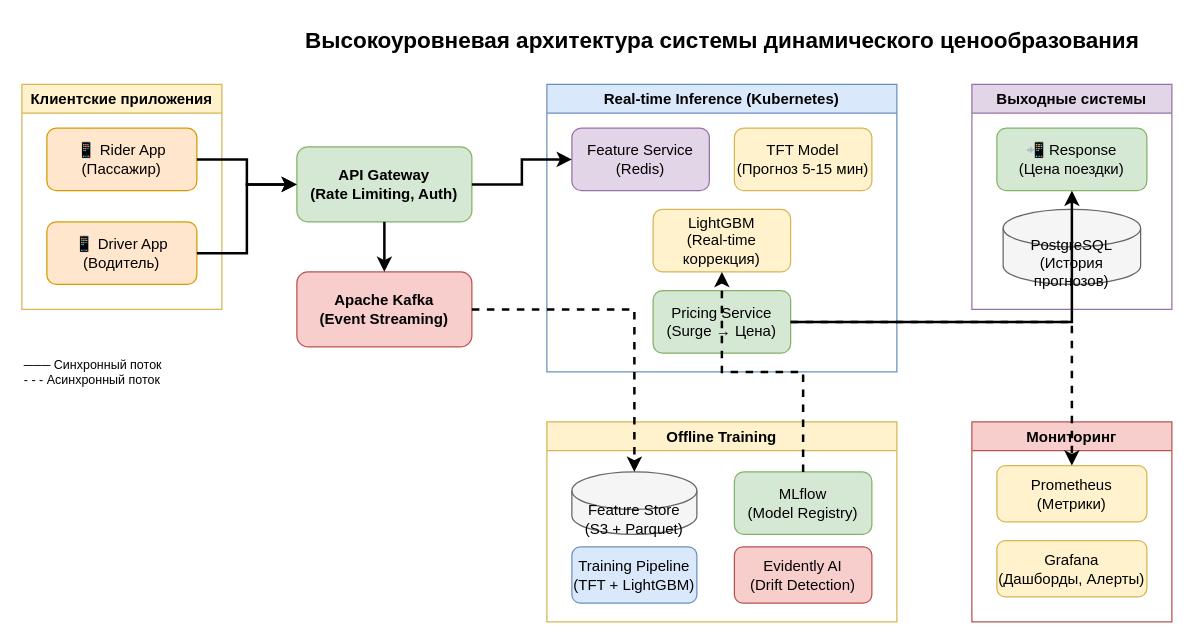
Earlier version of the draw.io diagram diagrams/1_high_level_architecture.drawio (mityamuch/MachineSystemsKP). Source tidied: cells renumbered, new cells numbered last; positions are measured from the earlier drawing's top-left corner, leaving out a move shared by most shapes. Both pictures are drawn from the tidied source at 125%, with x=0, y=0 at pixel (21, 21).
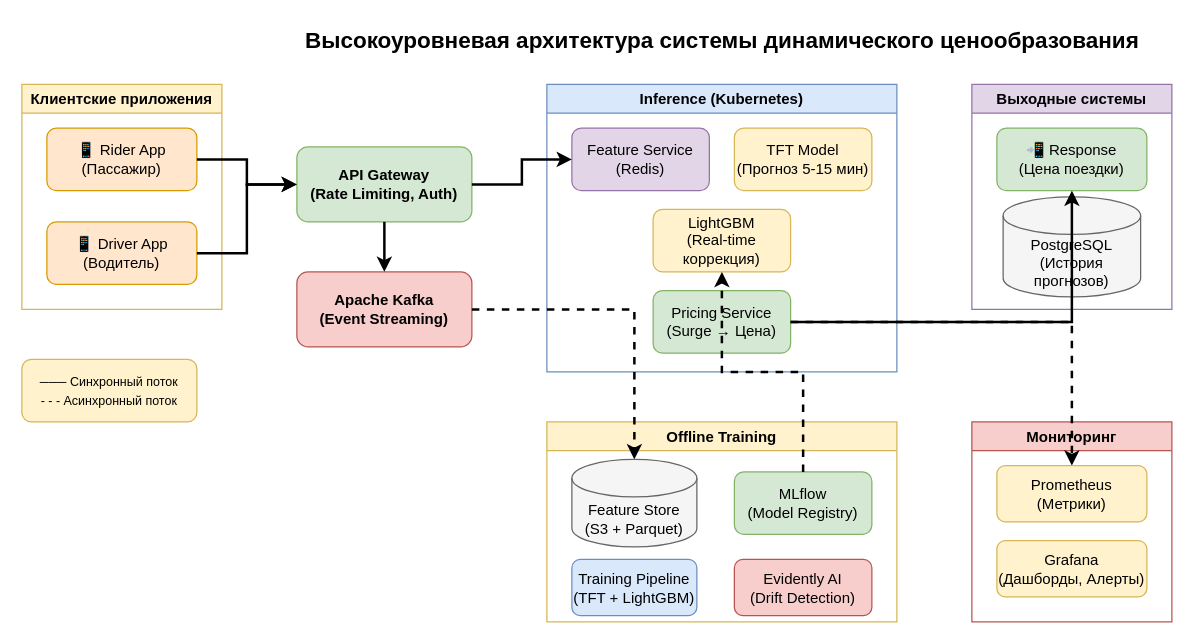
The same page after the edit.

The change refers to these unchanged cells:
```xml
<mxCell id="13" value="Выходные системы" style="swimlane;fillColor=#e1d5e7;strokeColor=#9673a6;fontStyle=1;" parent="1" vertex="1">
  <mxGeometry x="760" y="50" width="160" height="180" as="geometry" />
</mxCell>
<mxCell id="16" value="Offline Training" style="swimlane;fillColor=#fff2cc;strokeColor=#d6b656;fontStyle=1;" parent="1" vertex="1">
  <mxGeometry x="420" y="320" width="280" height="160" as="geometry" />
</mxCell>
```

Change to the diagram source:
```diff
@@
-    <mxCell id="8" value="Real-time Inference (Kubernetes)" style="swimlane;fillColor=#dae8fc;strokeColor=#6c8ebf;fontStyle=1;" parent="1" vertex="1">
+    <mxCell id="8" value="Inference (Kubernetes)" style="swimlane;fillColor=#dae8fc;strokeColor=#6c8ebf;fontStyle=1;" parent="1" vertex="1">
       <mxGeometry x="420" y="50" width="280" height="230" as="geometry" />
     </mxCell>
@@
-    <mxCell id="15" value="PostgreSQL&#10;(История прогнозов)" style="shape=cylinder3;whiteSpace=wrap;html=1;boundedLbl=1;backgroundOutline=1;size=15;fillColor=#f5f5f5;strokeColor=#666666;" parent="13" vertex="1">
-      <mxGeometry x="25" y="100" width="110" height="60" as="geometry" />
+    <mxCell id="15" value="&lt;div&gt;&lt;span style=&quot;background-color: transparent; color: light-dark(rgb(0, 0, 0), rgb(255, 255, 255));&quot;&gt;PostgreSQL&lt;/span&gt;&lt;/div&gt;(История прогнозов)" style="shape=cylinder3;whiteSpace=wrap;html=1;boundedLbl=1;backgroundOutline=1;size=15;fillColor=#f5f5f5;strokeColor=#666666;" parent="13" vertex="1">
+      <mxGeometry x="25" y="90" width="110" height="80" as="geometry" />
     </mxCell>
@@
     <mxCell id="17" value="Feature Store&#10;(S3 + Parquet)" style="shape=cylinder3;whiteSpace=wrap;html=1;boundedLbl=1;backgroundOutline=1;size=15;fillColor=#f5f5f5;strokeColor=#666666;" parent="16" vertex="1">
-      <mxGeometry x="20" y="40" width="100" height="50" as="geometry" />
+      <mxGeometry x="20" y="30" width="100" height="70" as="geometry" />
     </mxCell>
     <mxCell id="18" value="Training Pipeline&#10;(TFT + LightGBM)" style="rounded=1;whiteSpace=wrap;html=1;fillColor=#dae8fc;strokeColor=#6c8ebf;" parent="16" vertex="1">
-      <mxGeometry x="20" y="100" width="100" height="45" as="geometry" />
+      <mxGeometry x="20" y="110" width="100" height="45" as="geometry" />
     </mxCell>
@@
     <mxCell id="20" value="Evidently AI&#10;(Drift Detection)" style="rounded=1;whiteSpace=wrap;html=1;fillColor=#f8cecc;strokeColor=#b85450;" parent="16" vertex="1">
-      <mxGeometry x="150" y="100" width="110" height="45" as="geometry" />
+      <mxGeometry x="150" y="110" width="110" height="45" as="geometry" />
     </mxCell>
@@
-    <mxCell id="32" value="─── Синхронный поток&#10;- - - Асинхронный поток" style="text;html=1;strokeColor=none;fillColor=none;align=left;verticalAlign=middle;fontSize=10;" parent="1" vertex="1">
-      <mxGeometry y="260" width="150" height="40" as="geometry" />
+    <mxCell id="32" value="&lt;span style=&quot;font-size: 10px; text-align: left; text-wrap-mode: nowrap;&quot;&gt;─── Синхронный поток&lt;/span&gt;&lt;br style=&quot;font-size: 10px; text-align: left; text-wrap-mode: nowrap;&quot;&gt;&lt;span style=&quot;font-size: 10px; text-align: left; text-wrap-mode: nowrap;&quot;&gt;- - - Асинхронный поток&lt;/span&gt;" style="rounded=1;whiteSpace=wrap;html=1;fillColor=#fff2cc;strokeColor=#d6b656;" parent="1" vertex="1">
+      <mxGeometry y="270" width="140" height="50" as="geometry" />
     </mxCell>
```
